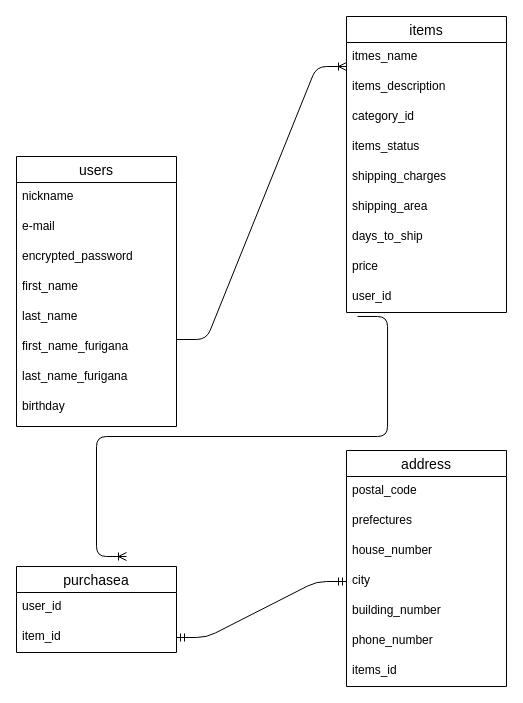
This is config/test.dio from NTD1995/furima-32323, a draw.io file, before an edit. Source tidied: cells renumbered, new cells numbered last; positions are measured from the earlier drawing's top-left corner, leaving out a move shared by most shapes. Both pictures are drawn from the tidied source at 100%, with x=0, y=0 at pixel (16, 16).
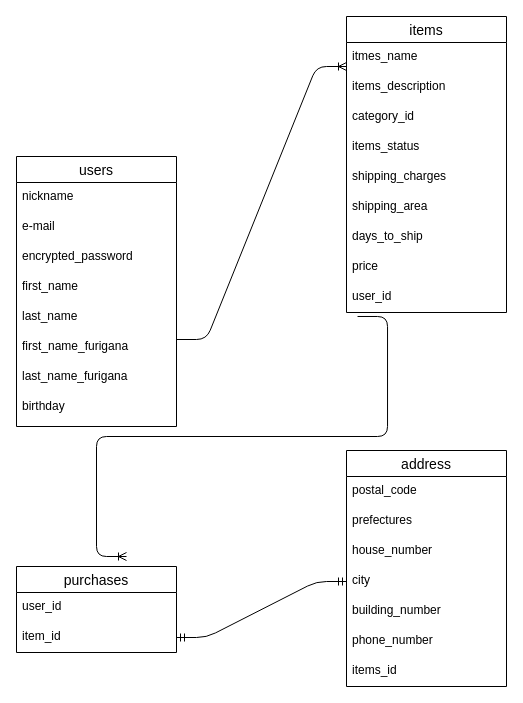
The same diagram, later.

Change to the diagram source:
```diff
@@
-    <mxCell id="20" value="purchasea" style="swimlane;fontStyle=0;horizontal=1;startSize=26;align=center;fontSize=14;" parent="1" vertex="1">
+    <mxCell id="20" value="purchases" style="swimlane;fontStyle=0;horizontal=1;startSize=26;align=center;fontSize=14;" parent="1" vertex="1">
       <mxGeometry y="550" width="160" height="86" as="geometry" />
     </mxCell>
```
